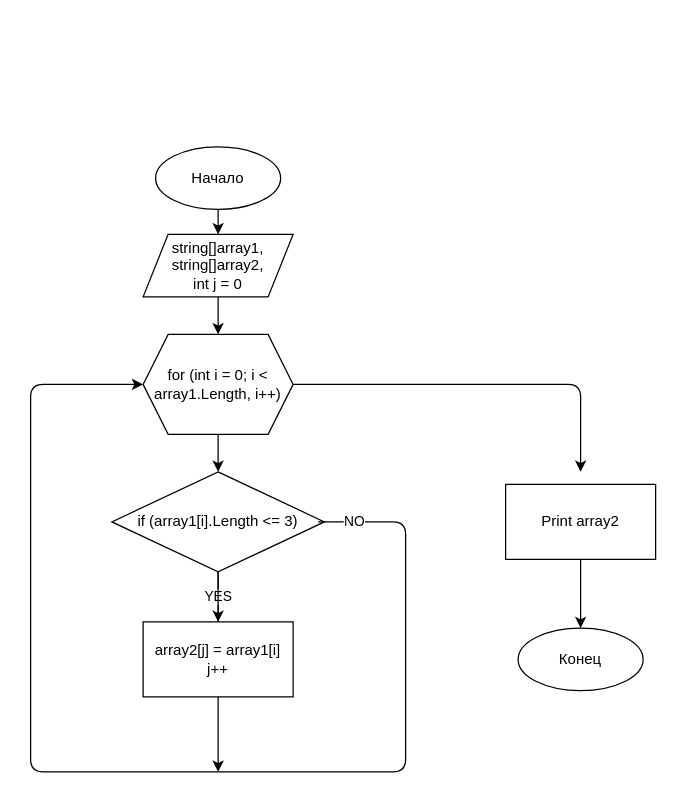
The draw.io diagram Schem/algorithms.drawio in BogdanovaSvetlana/FinalHomeWork, before the edit. Source tidied: cells renumbered, new cells numbered last; positions are measured from the earlier drawing's top-left corner, leaving out a move shared by most shapes. Both pictures are drawn from the tidied source at 125%, with x=0, y=0 at pixel (30, 146).
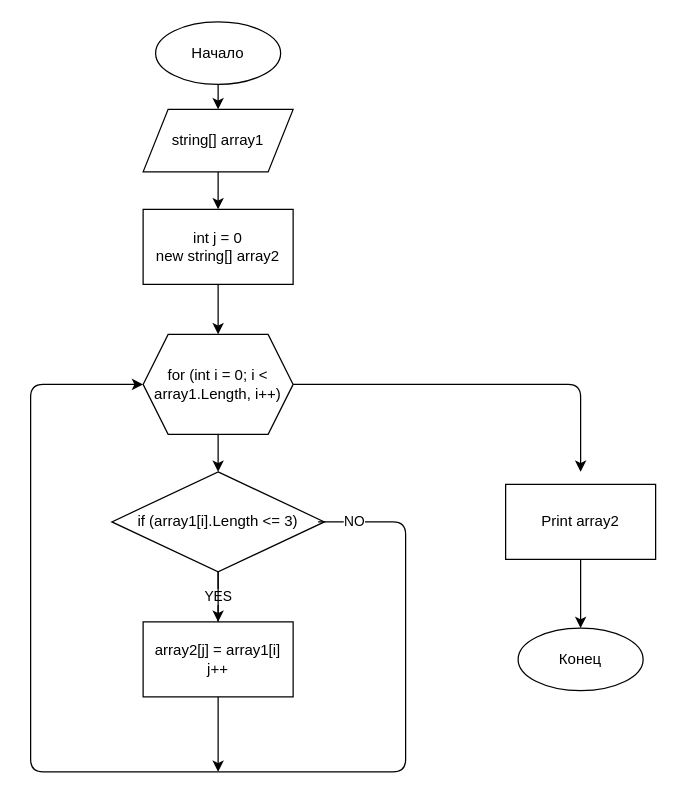
Above is the later version.

Unchanged cells that the change refers to:
```xml
<mxCell id="8" value="for (int i = 0; i &amp;lt; array1.Length, i++)" style="shape=hexagon;perimeter=hexagonPerimeter2;whiteSpace=wrap;html=1;fixedSize=1;" parent="1" vertex="1">
  <mxGeometry x="90" y="150" width="120" height="80" as="geometry" />
</mxCell>
```

Change to the diagram source:
```diff
@@
     <mxCell id="3" value="Начало" style="ellipse;whiteSpace=wrap;html=1;" parent="1" vertex="1">
-      <mxGeometry x="100" width="100" height="50" as="geometry" />
+      <mxGeometry x="100" y="-100" width="100" height="50" as="geometry" />
     </mxCell>
-    <mxCell id="4" style="edgeStyle=none;html=1;" parent="1" edge="1" source="5" target="8">
-      <mxGeometry relative="1" as="geometry" />
-    </mxCell>
+    <mxCell id="17" style="edgeStyle=none;html=1;" parent="1" edge="1" source="5" target="19">
+      <mxGeometry relative="1" as="geometry" />
+    </mxCell>
-    <mxCell id="5" value="string[]array1,&lt;br&gt;string[]array2,&lt;br&gt;int j = 0" style="shape=parallelogram;perimeter=parallelogramPerimeter;whiteSpace=wrap;html=1;fixedSize=1;" parent="1" vertex="1">
-      <mxGeometry x="90" y="70" width="120" height="50" as="geometry" />
+    <mxCell id="5" value="string[] array1&lt;br&gt;" style="shape=parallelogram;perimeter=parallelogramPerimeter;whiteSpace=wrap;html=1;fixedSize=1;" parent="1" vertex="1">
+      <mxGeometry x="90" y="-30" width="120" height="50" as="geometry" />
     </mxCell>
@@
+    <mxCell id="18" style="edgeStyle=none;html=1;" parent="1" edge="1" source="19" target="8">
+      <mxGeometry relative="1" as="geometry" />
+    </mxCell>
+    <mxCell id="19" value="int j = 0&lt;br&gt;&lt;span&gt;new string[] array2&lt;/span&gt;" style="rounded=0;whiteSpace=wrap;html=1;" parent="1" vertex="1">
+      <mxGeometry x="90" y="50" width="120" height="60" as="geometry" />
+    </mxCell>
```
